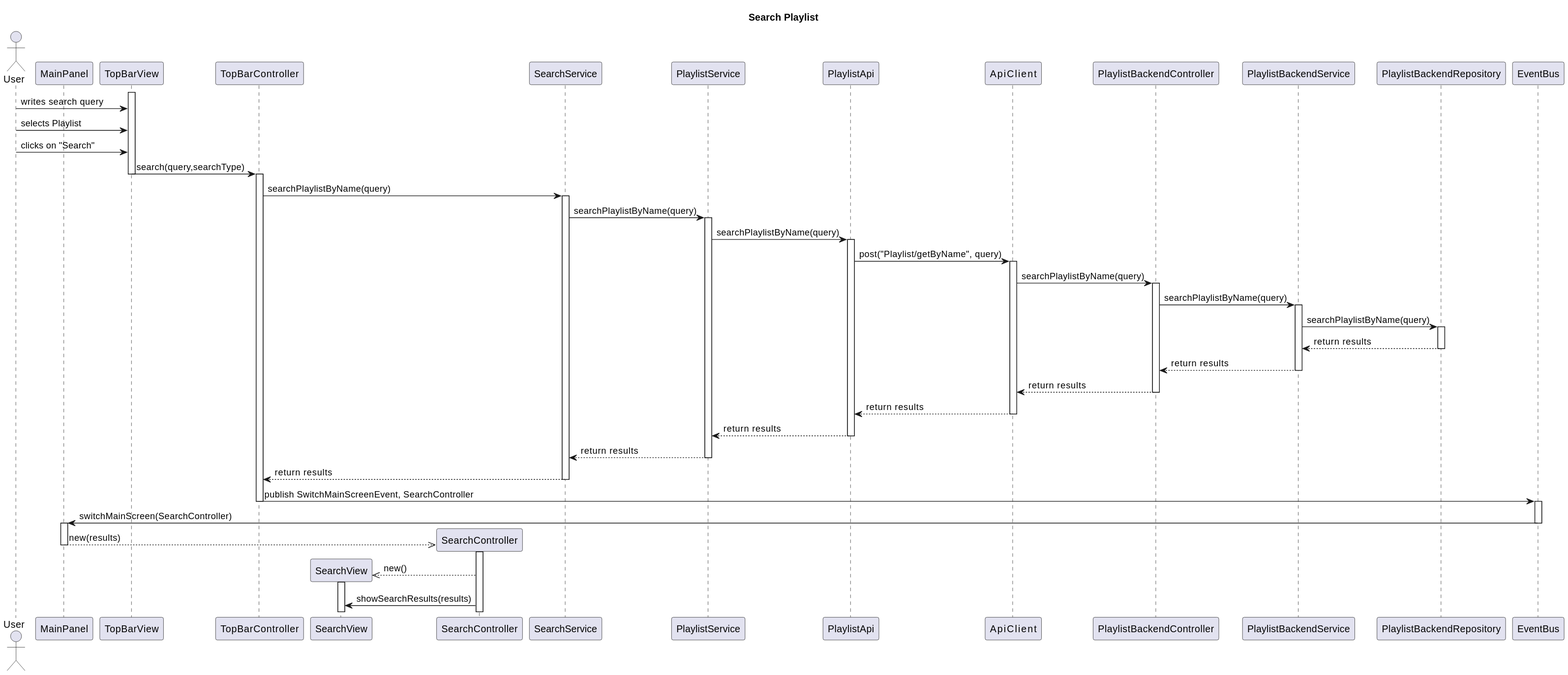
Before: Paradoteo_4/SequenceDiagrams-v0.3/SearchPlaylist.svg, a diagram exported from PlantUML (RubenKingCP/Tunix).
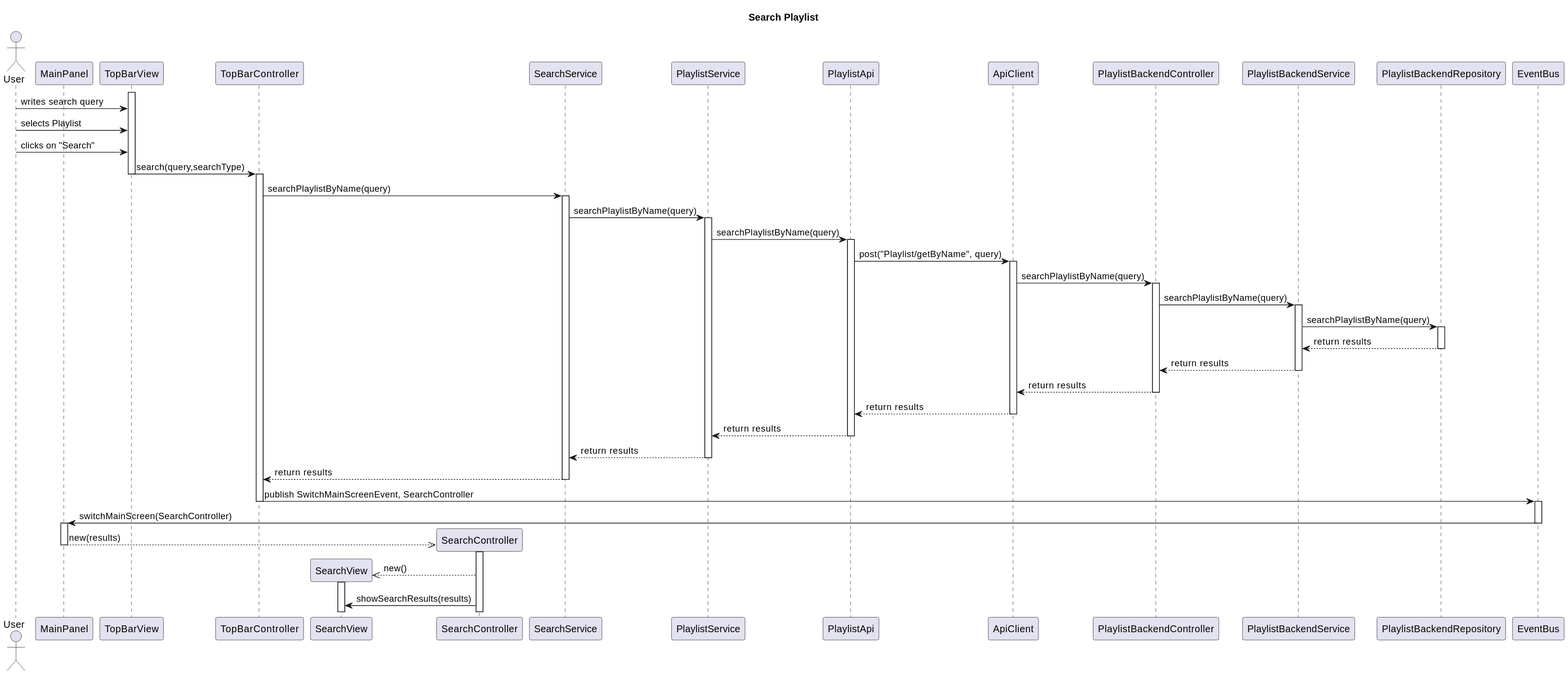
Above is the later version.

Change to the diagram source:
```diff
@@ -11,7 +11,7 @@
 participant SearchService
 participant PlaylistService
 participant PlaylistApi
-participant ApiService
+participant ApiClient
 participant PlaylistBackendController
 participant PlaylistBackendService
 participant PlaylistBackendRepository
@@ -32,9 +32,9 @@
 activate PlaylistService
 PlaylistService -> PlaylistApi : searchPlaylistByName(query)
 activate PlaylistApi
-PlaylistApi -> ApiService : post("Playlist/getByName", query)
-activate ApiService
-ApiService -> PlaylistBackendController : searchPlaylistByName(query)
+PlaylistApi -> ApiClient : post("Playlist/getByName", query)
+activate ApiClient
+ApiClient -> PlaylistBackendController : searchPlaylistByName(query)
 activate PlaylistBackendController
 PlaylistBackendController -> PlaylistBackendService : searchPlaylistByName(query)
 activate PlaylistBackendService
@@ -44,10 +44,10 @@
 deactivate PlaylistBackendRepository
 PlaylistBackendService --> PlaylistBackendController : return results
 deactivate PlaylistBackendService
-PlaylistBackendController --> ApiService : return results
+PlaylistBackendController --> ApiClient : return results
 deactivate PlaylistBackendController
-ApiService --> PlaylistApi : return results
-deactivate ApiService
+ApiClient --> PlaylistApi : return results
+deactivate ApiClient
 PlaylistApi --> PlaylistService : return results
 deactivate PlaylistApi
 PlaylistService --> SearchService : return results
```
